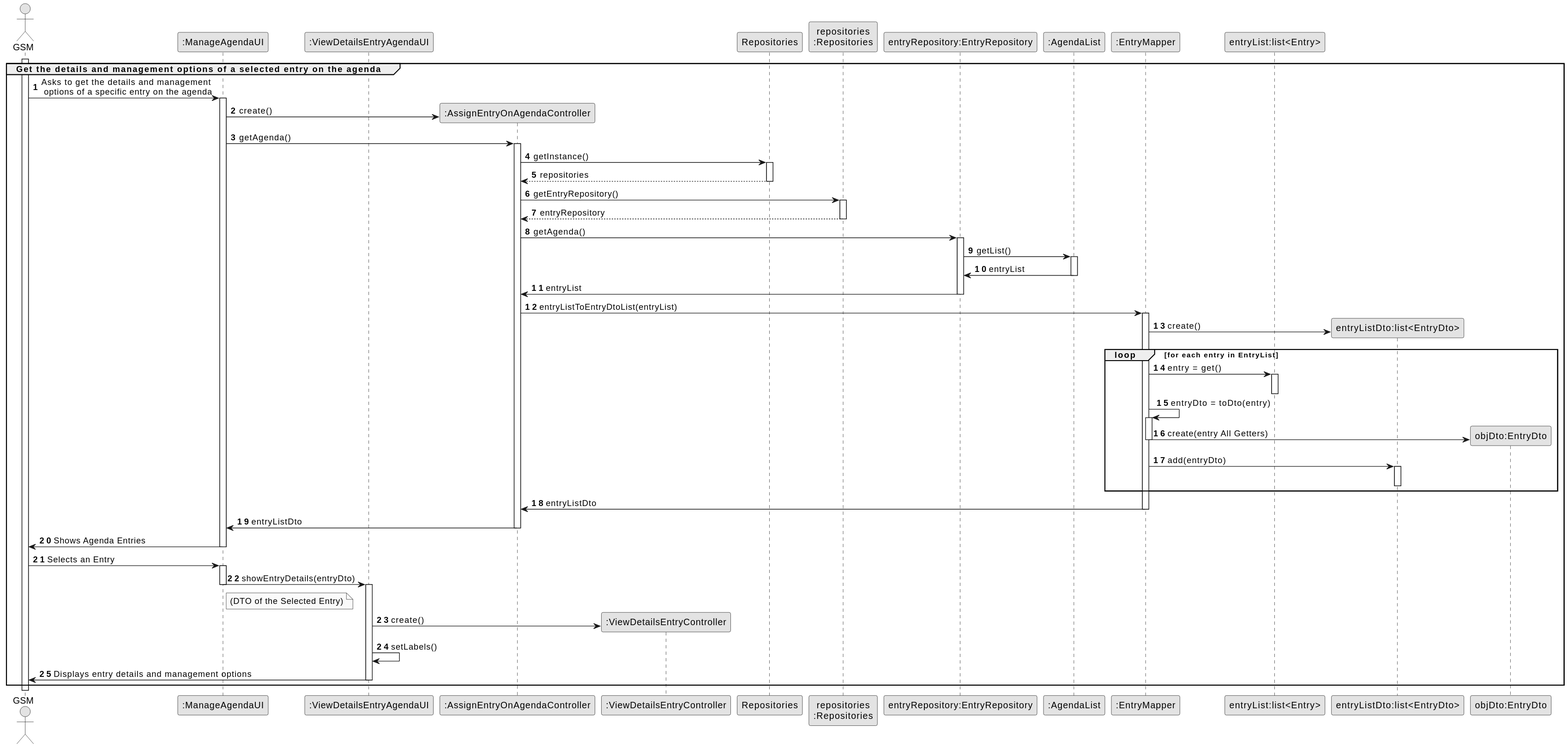
Earlier version of the PlantUML export docs/sprintC/reference/03.design/svg/ref_get_details_and_management_options_of_a_selected_entry_on_the_agenda.svg (francisc-o-liveira/lei-24-s2-1dp-g163).
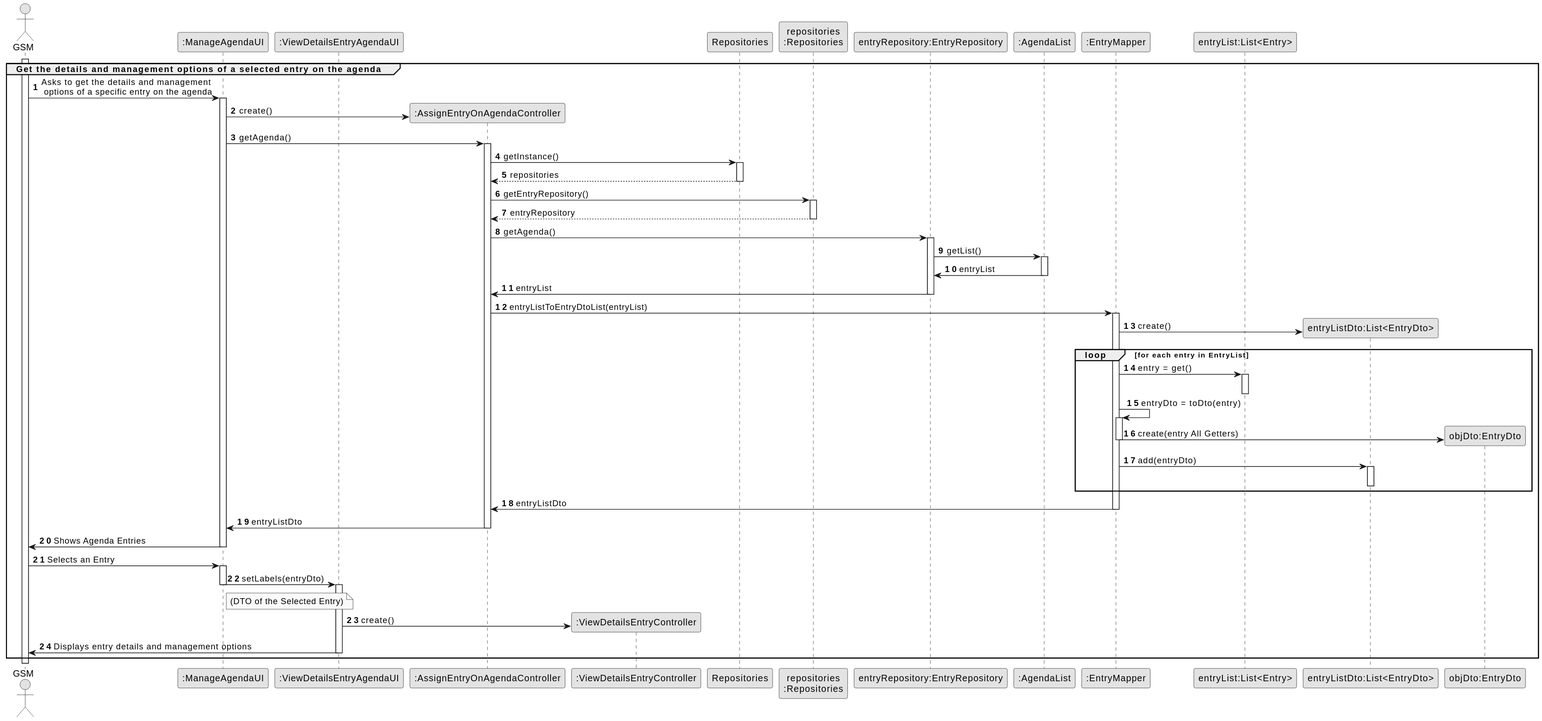
Above is the later version.

What changed in the source:
```diff
@@ -21,12 +21,12 @@
 participant ":EntryMapper" as EntryMapper
 
 
-participant "entryListDto:list<EntryDto>" as EntryListDto
-participant "entryList:list<Entry>" as EntryList
+participant "entryListDto:List<EntryDto>"    as EntryListDto
+participant "entryList:List<Entry>" as EntryList
 participant "objDto:EntryDto" as EntryDto
 
 
-participant "agendaEntryListDto:list<EntryDto>" as EntryListDto
+participant "agendaEntryListDto:List<EntryDto>" as EntryListDto
 participant "objDto:EntryDto" as EntryDto
 
 
@@ -103,7 +103,7 @@
     GSM -> UI: Selects an Entry
     activate UI
 
-    UI -> UI2: showEntryDetails(entryDto)
+    UI -> UI2: setLabels(entryDto)
     deactivate UI
     activate UI2
 
@@ -114,8 +114,6 @@
 
     UI2 -> CTRL** : create()
 
-    UI2 -> UI2: setLabels()
-
     UI2 -> GSM: Displays entry details and management options
 
     deactivate UI2
```
